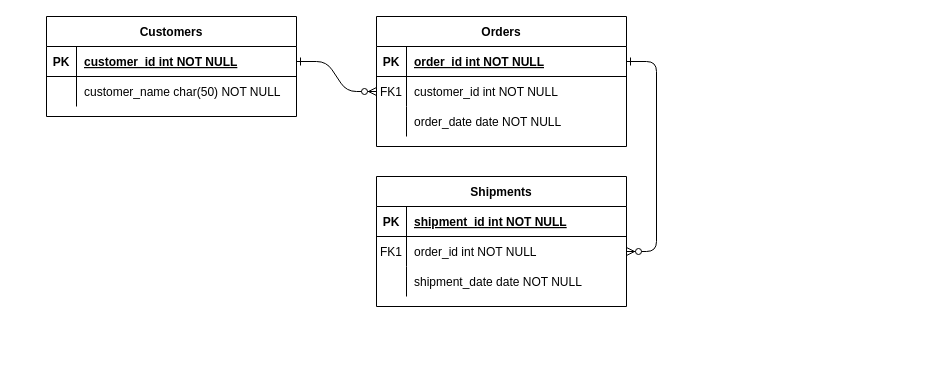
Isidore-2001/batchlauncher keeps this draw.io diagram as demo/src/main/resources/Diagramme sans nom.drawio. Above is the earlier version. Source tidied: cells renumbered, new cells numbered last; positions are measured from the earlier drawing's top-left corner, leaving out a move shared by most shapes. Both pictures are drawn from the tidied source at 100%, with x=0, y=0 at pixel (46, 16).
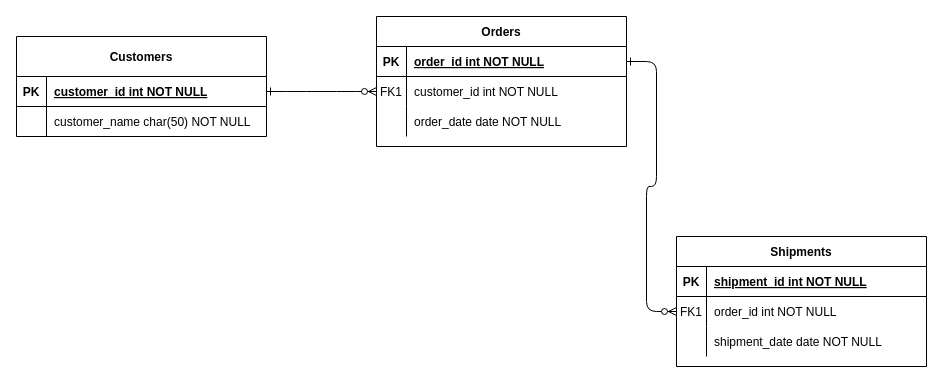
The same page after the edit.

Commit message:
Mettre à jour Diagramme sans nom.drawio

Diff of the diagram source:
```diff
@@
     <mxCell id="14" value="Shipments" style="shape=table;startSize=30;childLayout=tableLayout;rowLines=0;fontStyle=1;align=center;" parent="1" vertex="1">
-      <mxGeometry x="330" y="160" width="250" height="130" as="geometry" />
+      <mxGeometry x="630" y="220" width="250" height="130" as="geometry" />
     </mxCell>
@@
-    <mxCell id="24" value="Customers" style="shape=table;startSize=30;childLayout=tableLayout;rowLines=0;fontStyle=1;align=center;" parent="1" vertex="1">
-      <mxGeometry width="250" height="100" as="geometry" />
+    <mxCell id="24" value="Customers" style="shape=table;startSize=40;childLayout=tableLayout;rowLines=0;fontStyle=1;align=center;" parent="1" vertex="1">
+      <mxGeometry x="-30" y="20" width="250" height="100" as="geometry" />
     </mxCell>
     <mxCell id="25" style="shape=partialRectangle;fillColor=none;points=[[0,0.5],[1,0.5]];portConstraint=eastwest;top=0;left=0;right=0;bottom=1;" parent="24" vertex="1">
-      <mxGeometry y="30" width="250" height="30" as="geometry" />
+      <mxGeometry y="40" width="250" height="30" as="geometry" />
     </mxCell>
@@
     <mxCell id="28" style="shape=partialRectangle;fillColor=none;top=0;left=0;right=0;bottom=0;" parent="24" vertex="1">
-      <mxGeometry y="60" width="250" height="30" as="geometry" />
+      <mxGeometry y="70" width="250" height="30" as="geometry" />
     </mxCell>
```
